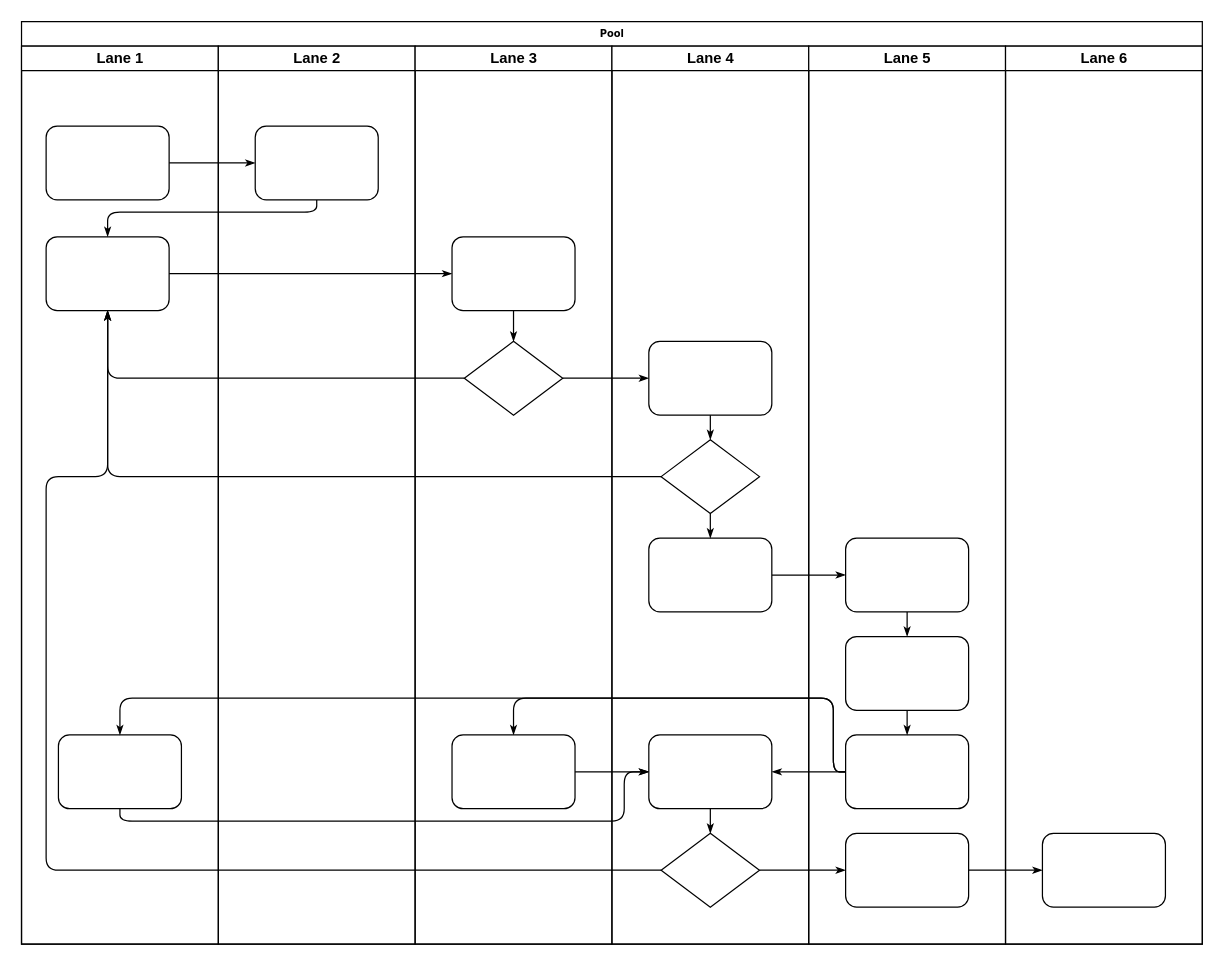
Before: 抖店申请流程图.drawio in Leicw/draw.io_file, a draw.io diagram. Source tidied: cells renumbered, new cells numbered last; positions are measured from the earlier drawing's top-left corner, leaving out a move shared by most shapes. Both pictures are drawn from the tidied source at 123%, with x=0, y=0 at pixel (21, 21).
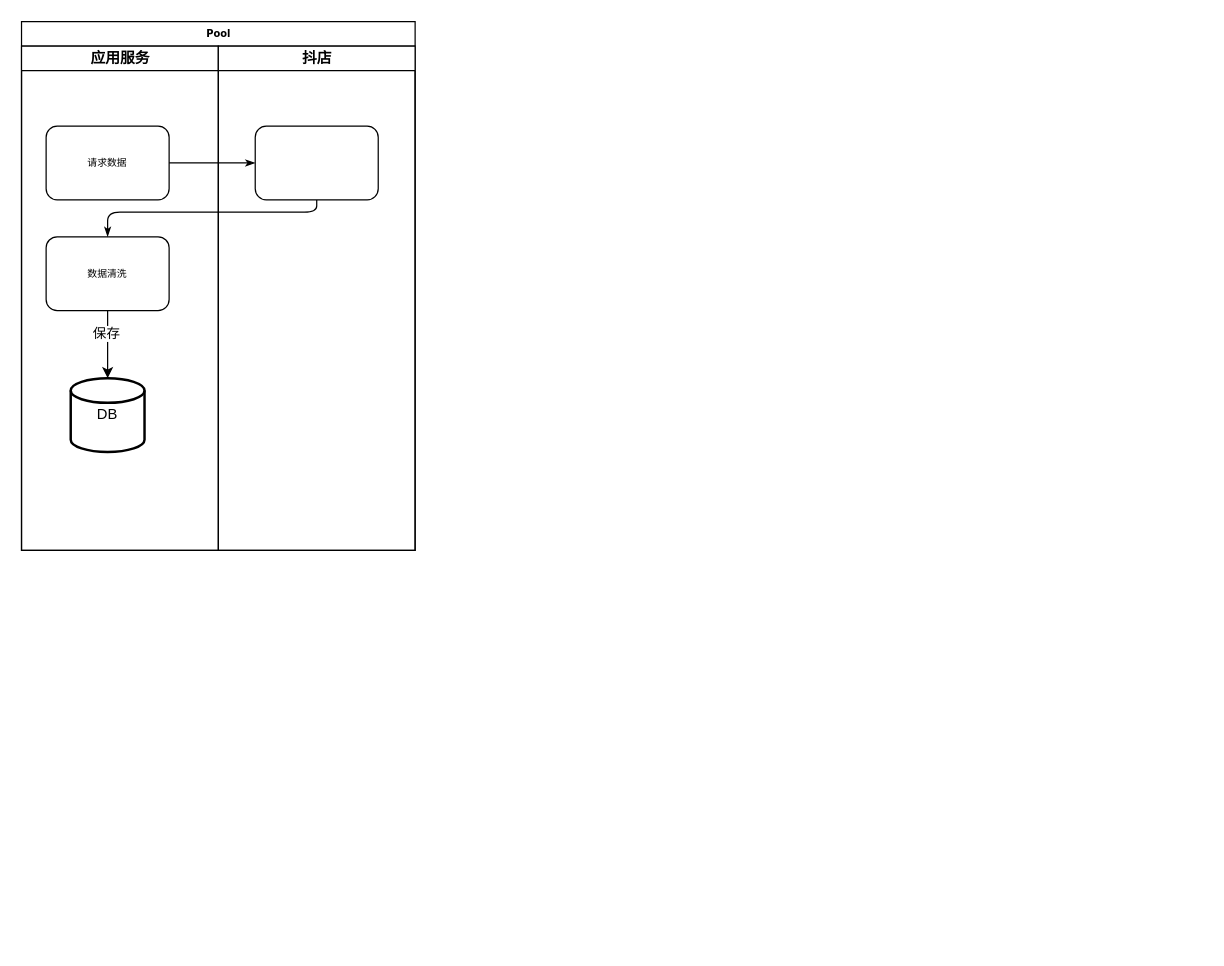
Above is the later version.

Commit message:
更新抖店申请流程图.drawio

Diff of the diagram source:
```diff
@@
     <mxCell id="2" value="Pool" style="swimlane;html=1;startSize=20;rounded=0;shadow=0;labelBackgroundColor=none;strokeWidth=1;fontFamily=Verdana;fontSize=8;align=center;" parent="1" vertex="1">
-      <mxGeometry width="960" height="750" as="geometry" />
+      <mxGeometry width="320" height="430" as="geometry" />
     </mxCell>
-    <mxCell id="3" value="Lane 1" style="swimlane;html=1;startSize=20;" parent="2" vertex="1">
-      <mxGeometry y="20" width="160" height="730" as="geometry" />
+    <mxCell id="3" value="应用服务" style="swimlane;html=1;startSize=20;" parent="2" vertex="1">
+      <mxGeometry y="20" width="160" height="410" as="geometry" />
     </mxCell>
-    <mxCell id="4" style="rounded=1;whiteSpace=wrap;html=1;shadow=0;labelBackgroundColor=none;strokeWidth=1;fontFamily=Verdana;fontSize=8;align=center;" parent="3" vertex="1">
+    <mxCell id="4" value="请求数据" style="rounded=1;whiteSpace=wrap;html=1;shadow=0;labelBackgroundColor=none;strokeWidth=1;fontFamily=Verdana;fontSize=8;align=center;" parent="3" vertex="1">
       <mxGeometry x="20" y="65" width="100" height="60" as="geometry" />
     </mxCell>
-    <mxCell id="5" style="rounded=1;whiteSpace=wrap;html=1;shadow=0;labelBackgroundColor=none;strokeWidth=1;fontFamily=Verdana;fontSize=8;align=center;" parent="3" vertex="1">
+    <mxCell id="5" value="数据清洗" style="rounded=1;whiteSpace=wrap;html=1;shadow=0;labelBackgroundColor=none;strokeWidth=1;fontFamily=Verdana;fontSize=8;align=center;" parent="3" vertex="1">
       <mxGeometry x="20" y="155" width="100" height="60" as="geometry" />
     </mxCell>
-    <mxCell id="6" style="rounded=1;whiteSpace=wrap;html=1;shadow=0;labelBackgroundColor=none;strokeWidth=1;fontFamily=Verdana;fontSize=8;align=center;" parent="3" vertex="1">
-      <mxGeometry x="30" y="560" width="100" height="60" as="geometry" />
-    </mxCell>
+    <mxCell id="47" value="DB" style="strokeWidth=2;html=1;shape=mxgraph.flowchart.database;whiteSpace=wrap;" parent="3" vertex="1">
+      <mxGeometry x="40" y="270" width="60" height="60" as="geometry" />
+    </mxCell>
+    <mxCell id="48" style="edgeStyle=orthogonalEdgeStyle;rounded=0;jettySize=auto;html=1;entryX=0.5;entryY=0;entryDx=0;entryDy=0;entryPerimeter=0;" parent="3" edge="1" source="5" target="47">
+      <mxGeometry relative="1" as="geometry" />
+    </mxCell>
+    <mxCell id="49" value="保存" style="edgeLabel;html=1;align=center;verticalAlign=middle;" parent="48" vertex="1">
+      <mxGeometry x="-0.35" y="-2" relative="1" as="geometry" />
+    </mxCell>
@@
-    <mxCell id="9" style="edgeStyle=orthogonalEdgeStyle;rounded=1;html=1;labelBackgroundColor=none;startArrow=none;startFill=0;startSize=5;endArrow=classicThin;endFill=1;endSize=5;jettySize=auto;strokeWidth=1;fontFamily=Verdana;fontSize=8;" parent="2" edge="1" source="5" target="25">
-      <mxGeometry relative="1" as="geometry" />
-    </mxCell>
-    <mxCell id="10" style="edgeStyle=orthogonalEdgeStyle;rounded=1;html=1;labelBackgroundColor=none;startArrow=none;startFill=0;startSize=5;endArrow=classicThin;endFill=1;endSize=5;jettySize=auto;strokeWidth=1;fontFamily=Verdana;fontSize=8;" parent="2" edge="1" source="26" target="5">
-      <mxGeometry relative="1" as="geometry" />
-    </mxCell>
-    <mxCell id="11" style="edgeStyle=orthogonalEdgeStyle;rounded=1;html=1;labelBackgroundColor=none;startArrow=none;startFill=0;startSize=5;endArrow=classicThin;endFill=1;endSize=5;jettySize=auto;strokeWidth=1;fontFamily=Verdana;fontSize=8;" parent="2" edge="1" source="31" target="5">
-      <mxGeometry relative="1" as="geometry" />
-    </mxCell>
-    <mxCell id="12" style="edgeStyle=orthogonalEdgeStyle;rounded=1;html=1;labelBackgroundColor=none;startArrow=none;startFill=0;startSize=5;endArrow=classicThin;endFill=1;endSize=5;jettySize=auto;strokeWidth=1;fontFamily=Verdana;fontSize=8;" parent="2" edge="1" source="34" target="5">
-      <mxGeometry relative="1" as="geometry">
-        <Array as="points">
-          <mxPoint x="20" y="690" />
-          <mxPoint x="20" y="370" />
-          <mxPoint x="70" y="370" />
-        </Array>
-      </mxGeometry>
-    </mxCell>
-    <mxCell id="13" style="edgeStyle=orthogonalEdgeStyle;rounded=1;html=1;labelBackgroundColor=none;startArrow=none;startFill=0;startSize=5;endArrow=classicThin;endFill=1;endSize=5;jettySize=auto;strokeWidth=1;fontFamily=Verdana;fontSize=8;" parent="2" edge="1" source="26" target="30">
-      <mxGeometry relative="1" as="geometry" />
-    </mxCell>
-    <mxCell id="14" style="edgeStyle=orthogonalEdgeStyle;rounded=1;html=1;labelBackgroundColor=none;startArrow=none;startFill=0;startSize=5;endArrow=classicThin;endFill=1;endSize=5;jettySize=auto;strokeWidth=1;fontFamily=Verdana;fontSize=8;" parent="2" edge="1" source="34" target="42">
-      <mxGeometry relative="1" as="geometry" />
-    </mxCell>
-    <mxCell id="15" style="edgeStyle=orthogonalEdgeStyle;rounded=1;html=1;labelBackgroundColor=none;startArrow=none;startFill=0;startSize=5;endArrow=classicThin;endFill=1;endSize=5;jettySize=auto;strokeWidth=1;fontFamily=Verdana;fontSize=8;" parent="2" edge="1" source="42" target="46">
-      <mxGeometry relative="1" as="geometry" />
-    </mxCell>
-    <mxCell id="16" style="edgeStyle=orthogonalEdgeStyle;rounded=1;html=1;labelBackgroundColor=none;startArrow=none;startFill=0;startSize=5;endArrow=classicThin;endFill=1;endSize=5;jettySize=auto;strokeWidth=1;fontFamily=Verdana;fontSize=8;" parent="2" edge="1" source="32" target="39">
-      <mxGeometry relative="1" as="geometry" />
-    </mxCell>
-    <mxCell id="17" style="edgeStyle=orthogonalEdgeStyle;rounded=1;html=1;labelBackgroundColor=none;startArrow=none;startFill=0;startSize=5;endArrow=classicThin;endFill=1;endSize=5;jettySize=auto;strokeWidth=1;fontFamily=Verdana;fontSize=8;" parent="2" edge="1" source="41" target="27">
-      <mxGeometry relative="1" as="geometry">
-        <Array as="points">
-          <mxPoint x="660" y="610" />
-          <mxPoint x="660" y="550" />
-          <mxPoint x="400" y="550" />
-        </Array>
-      </mxGeometry>
-    </mxCell>
-    <mxCell id="18" style="edgeStyle=orthogonalEdgeStyle;rounded=1;html=1;labelBackgroundColor=none;startArrow=none;startFill=0;startSize=5;endArrow=classicThin;endFill=1;endSize=5;jettySize=auto;strokeColor=#000000;strokeWidth=1;fontFamily=Verdana;fontSize=8;fontColor=#000000;" parent="2" edge="1" source="41" target="33">
-      <mxGeometry relative="1" as="geometry" />
-    </mxCell>
-    <mxCell id="19" style="edgeStyle=orthogonalEdgeStyle;rounded=1;html=1;labelBackgroundColor=none;startArrow=none;startFill=0;startSize=5;endArrow=classicThin;endFill=1;endSize=5;jettySize=auto;strokeWidth=1;fontFamily=Verdana;fontSize=8;" parent="2" edge="1" source="41" target="6">
-      <mxGeometry relative="1" as="geometry">
-        <Array as="points">
-          <mxPoint x="660" y="610" />
-          <mxPoint x="660" y="550" />
-          <mxPoint x="80" y="550" />
-        </Array>
-      </mxGeometry>
-    </mxCell>
-    <mxCell id="20" style="edgeStyle=orthogonalEdgeStyle;rounded=1;html=1;labelBackgroundColor=none;startArrow=none;startFill=0;startSize=5;endArrow=classicThin;endFill=1;endSize=5;jettySize=auto;strokeWidth=1;fontFamily=Verdana;fontSize=8;" parent="2" edge="1" source="6" target="33">
-      <mxGeometry relative="1" as="geometry">
-        <Array as="points">
-          <mxPoint x="80" y="650" />
-          <mxPoint x="490" y="650" />
-          <mxPoint x="490" y="610" />
-        </Array>
-      </mxGeometry>
-    </mxCell>
-    <mxCell id="21" style="edgeStyle=orthogonalEdgeStyle;rounded=1;html=1;labelBackgroundColor=none;startArrow=none;startFill=0;startSize=5;endArrow=classicThin;endFill=1;endSize=5;jettySize=auto;strokeWidth=1;fontFamily=Verdana;fontSize=8;" parent="2" edge="1" source="27" target="33">
-      <mxGeometry relative="1" as="geometry" />
-    </mxCell>
-    <mxCell id="22" value="Lane 2" style="swimlane;html=1;startSize=20;" parent="2" vertex="1">
-      <mxGeometry x="160" y="20" width="160" height="730" as="geometry" />
+    <mxCell id="22" value="抖店" style="swimlane;html=1;startSize=20;" parent="2" vertex="1">
+      <mxGeometry x="160" y="20" width="160" height="410" as="geometry" />
     </mxCell>
@@
-    <mxCell id="24" value="Lane 3" style="swimlane;html=1;startSize=20;" parent="2" vertex="1">
-      <mxGeometry x="320" y="20" width="160" height="730" as="geometry" />
-    </mxCell>
-    <mxCell id="25" style="rounded=1;whiteSpace=wrap;html=1;shadow=0;labelBackgroundColor=none;strokeWidth=1;fontFamily=Verdana;fontSize=8;align=center;" parent="24" vertex="1">
-      <mxGeometry x="30" y="155" width="100" height="60" as="geometry" />
-    </mxCell>
-    <mxCell id="26" style="rhombus;whiteSpace=wrap;html=1;rounded=0;shadow=0;labelBackgroundColor=none;strokeWidth=1;fontFamily=Verdana;fontSize=8;align=center;" parent="24" vertex="1">
-      <mxGeometry x="40" y="240" width="80" height="60" as="geometry" />
-    </mxCell>
-    <mxCell id="27" style="rounded=1;whiteSpace=wrap;html=1;shadow=0;labelBackgroundColor=none;strokeWidth=1;fontFamily=Verdana;fontSize=8;align=center;" parent="24" vertex="1">
-      <mxGeometry x="30" y="560" width="100" height="60" as="geometry" />
-    </mxCell>
-    <mxCell id="28" style="edgeStyle=orthogonalEdgeStyle;rounded=1;html=1;labelBackgroundColor=none;startArrow=none;startFill=0;startSize=5;endArrow=classicThin;endFill=1;endSize=5;jettySize=auto;strokeWidth=1;fontFamily=Verdana;fontSize=8;" parent="24" edge="1" source="25" target="26">
-      <mxGeometry relative="1" as="geometry" />
-    </mxCell>
-    <mxCell id="29" value="Lane 4" style="swimlane;html=1;startSize=20;" parent="2" vertex="1">
-      <mxGeometry x="480" y="20" width="160" height="730" as="geometry" />
-    </mxCell>
-    <mxCell id="30" style="rounded=1;whiteSpace=wrap;html=1;shadow=0;labelBackgroundColor=none;strokeWidth=1;fontFamily=Verdana;fontSize=8;align=center;" parent="29" vertex="1">
-      <mxGeometry x="30" y="240" width="100" height="60" as="geometry" />
-    </mxCell>
-    <mxCell id="31" style="rhombus;whiteSpace=wrap;html=1;rounded=0;shadow=0;labelBackgroundColor=none;strokeWidth=1;fontFamily=Verdana;fontSize=8;align=center;" parent="29" vertex="1">
-      <mxGeometry x="40" y="320" width="80" height="60" as="geometry" />
-    </mxCell>
-    <mxCell id="32" style="rounded=1;whiteSpace=wrap;html=1;shadow=0;labelBackgroundColor=none;strokeWidth=1;fontFamily=Verdana;fontSize=8;align=center;" parent="29" vertex="1">
-      <mxGeometry x="30" y="400" width="100" height="60" as="geometry" />
-    </mxCell>
-    <mxCell id="33" style="rounded=1;whiteSpace=wrap;html=1;shadow=0;labelBackgroundColor=none;strokeWidth=1;fontFamily=Verdana;fontSize=8;align=center;" parent="29" vertex="1">
-      <mxGeometry x="30" y="560" width="100" height="60" as="geometry" />
-    </mxCell>
-    <mxCell id="34" style="rhombus;whiteSpace=wrap;html=1;rounded=0;shadow=0;labelBackgroundColor=none;strokeWidth=1;fontFamily=Verdana;fontSize=8;align=center;" parent="29" vertex="1">
-      <mxGeometry x="40" y="640" width="80" height="60" as="geometry" />
-    </mxCell>
-    <mxCell id="35" style="edgeStyle=orthogonalEdgeStyle;rounded=1;html=1;labelBackgroundColor=none;startArrow=none;startFill=0;startSize=5;endArrow=classicThin;endFill=1;endSize=5;jettySize=auto;strokeColor=#000000;strokeWidth=1;fontFamily=Verdana;fontSize=8;fontColor=#000000;" parent="29" edge="1" source="30" target="31">
-      <mxGeometry relative="1" as="geometry" />
-    </mxCell>
-    <mxCell id="36" style="edgeStyle=orthogonalEdgeStyle;rounded=1;html=1;labelBackgroundColor=none;startArrow=none;startFill=0;startSize=5;endArrow=classicThin;endFill=1;endSize=5;jettySize=auto;strokeWidth=1;fontFamily=Verdana;fontSize=8;" parent="29" edge="1" source="31" target="32">
-      <mxGeometry relative="1" as="geometry" />
-    </mxCell>
-    <mxCell id="37" style="edgeStyle=orthogonalEdgeStyle;rounded=1;html=1;labelBackgroundColor=none;startArrow=none;startFill=0;startSize=5;endArrow=classicThin;endFill=1;endSize=5;jettySize=auto;strokeWidth=1;fontFamily=Verdana;fontSize=8;" parent="29" edge="1" source="33" target="34">
-      <mxGeometry relative="1" as="geometry" />
-    </mxCell>
-    <mxCell id="38" value="Lane 5" style="swimlane;html=1;startSize=20;" parent="2" vertex="1">
-      <mxGeometry x="640" y="20" width="160" height="730" as="geometry" />
-    </mxCell>
-    <mxCell id="39" style="rounded=1;whiteSpace=wrap;html=1;shadow=0;labelBackgroundColor=none;strokeWidth=1;fontFamily=Verdana;fontSize=8;align=center;" parent="38" vertex="1">
-      <mxGeometry x="30" y="400" width="100" height="60" as="geometry" />
-    </mxCell>
-    <mxCell id="40" style="rounded=1;whiteSpace=wrap;html=1;shadow=0;labelBackgroundColor=none;strokeWidth=1;fontFamily=Verdana;fontSize=8;align=center;" parent="38" vertex="1">
-      <mxGeometry x="30" y="480" width="100" height="60" as="geometry" />
-    </mxCell>
-    <mxCell id="41" style="rounded=1;whiteSpace=wrap;html=1;shadow=0;labelBackgroundColor=none;strokeWidth=1;fontFamily=Verdana;fontSize=8;align=center;" parent="38" vertex="1">
-      <mxGeometry x="30" y="560" width="100" height="60" as="geometry" />
-    </mxCell>
-    <mxCell id="42" style="rounded=1;whiteSpace=wrap;html=1;shadow=0;labelBackgroundColor=none;strokeWidth=1;fontFamily=Verdana;fontSize=8;align=center;" parent="38" vertex="1">
-      <mxGeometry x="30" y="640" width="100" height="60" as="geometry" />
-    </mxCell>
-    <mxCell id="43" style="edgeStyle=orthogonalEdgeStyle;rounded=1;html=1;labelBackgroundColor=none;startArrow=none;startFill=0;startSize=5;endArrow=classicThin;endFill=1;endSize=5;jettySize=auto;strokeWidth=1;fontFamily=Verdana;fontSize=8;" parent="38" edge="1" source="39" target="40">
-      <mxGeometry relative="1" as="geometry" />
-    </mxCell>
-    <mxCell id="44" style="edgeStyle=orthogonalEdgeStyle;rounded=1;html=1;labelBackgroundColor=none;startArrow=none;startFill=0;startSize=5;endArrow=classicThin;endFill=1;endSize=5;jettySize=auto;strokeWidth=1;fontFamily=Verdana;fontSize=8;" parent="38" edge="1" source="40" target="41">
-      <mxGeometry relative="1" as="geometry" />
-    </mxCell>
-    <mxCell id="45" value="Lane 6" style="swimlane;html=1;startSize=20;" parent="2" vertex="1">
-      <mxGeometry x="800" y="20" width="160" height="730" as="geometry" />
-    </mxCell>
-    <mxCell id="46" style="rounded=1;whiteSpace=wrap;html=1;shadow=0;labelBackgroundColor=none;strokeWidth=1;fontFamily=Verdana;fontSize=8;align=center;" parent="45" vertex="1">
-      <mxGeometry x="30" y="640" width="100" height="60" as="geometry" />
-    </mxCell>
```
